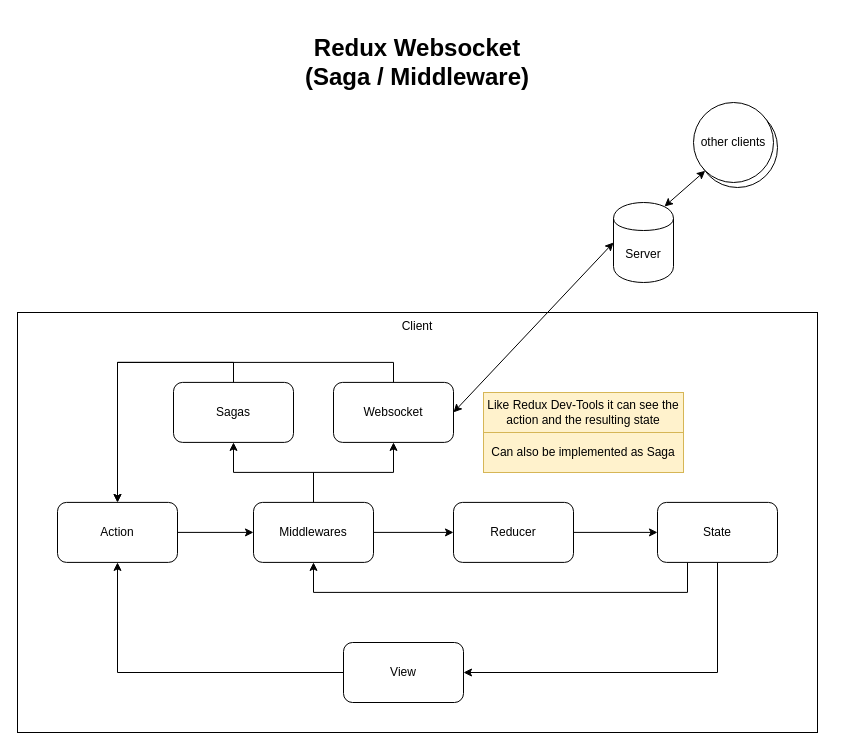
This is page "Redux-Websocket-Middleware" (3 of 4) of documentation/rfcs/collaboration_architecture.drawio from sandstorm/degree50-code, a draw.io file, before an edit. Source tidied: cells renumbered, new cells numbered last; positions are measured from the earlier drawing's top-left corner, leaving out a move shared by most shapes. Both pictures are drawn from the tidied source at 100%, with x=0, y=0 at pixel (17, 52).
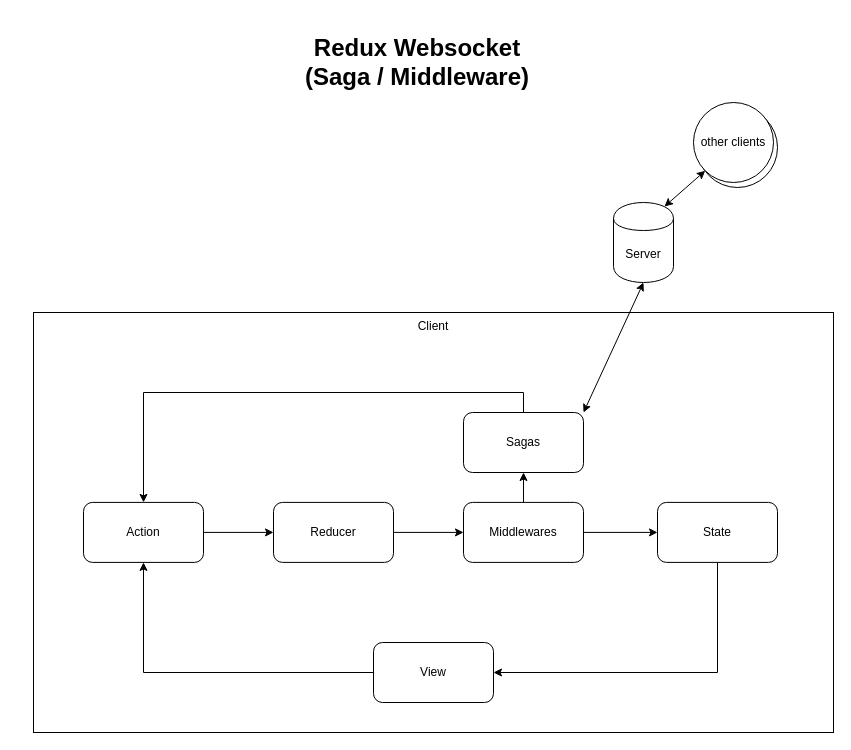
The same diagram, later.

Unchanged cells that the change refers to:
```xml
<mxCell id="12" value="State" style="rounded=1;whiteSpace=wrap;html=1;" parent="1" vertex="1">
  <mxGeometry x="640" y="449.9" width="120" height="60" as="geometry" />
</mxCell>
<mxCell id="23" value="Server" style="shape=cylinder;whiteSpace=wrap;html=1;boundedLbl=1;backgroundOutline=1;" parent="1" vertex="1">
  <mxGeometry x="596" y="150" width="60" height="80" as="geometry" />
</mxCell>
```

What changed in the source:
```diff
@@
     <mxCell id="2" value="Client" style="rounded=0;whiteSpace=wrap;html=1;verticalAlign=top;" parent="1" vertex="1">
-      <mxGeometry y="260" width="800" height="420" as="geometry" />
+      <mxGeometry x="16" y="260" width="800" height="420" as="geometry" />
     </mxCell>
@@
     <mxCell id="5" value="View" style="rounded=1;whiteSpace=wrap;html=1;" parent="1" vertex="1">
-      <mxGeometry x="326" y="590" width="120" height="60" as="geometry" />
+      <mxGeometry x="356" y="590" width="120" height="60" as="geometry" />
     </mxCell>
-    <mxCell id="6" style="edgeStyle=orthogonalEdgeStyle;rounded=0;jettySize=auto;html=1;exitX=1;exitY=0.5;exitDx=0;exitDy=0;entryX=0;entryY=0.5;entryDx=0;entryDy=0;" parent="1" edge="1" source="7" target="16">
-      <mxGeometry relative="1" as="geometry" />
-    </mxCell>
+    <mxCell id="29" style="edgeStyle=orthogonalEdgeStyle;rounded=0;jettySize=auto;html=1;exitX=1;exitY=0.5;exitDx=0;exitDy=0;entryX=0;entryY=0.5;entryDx=0;entryDy=0;" parent="1" edge="1" source="7" target="9">
+      <mxGeometry relative="1" as="geometry" />
+    </mxCell>
     <mxCell id="7" value="Action" style="rounded=1;whiteSpace=wrap;html=1;" parent="1" vertex="1">
-      <mxGeometry x="40" y="449.9" width="120" height="60" as="geometry" />
+      <mxGeometry x="66" y="449.9" width="120" height="60" as="geometry" />
     </mxCell>
-    <mxCell id="8" style="edgeStyle=orthogonalEdgeStyle;rounded=0;jettySize=auto;html=1;" parent="1" edge="1" source="9" target="12">
-      <mxGeometry relative="1" as="geometry" />
-    </mxCell>
+    <mxCell id="30" style="edgeStyle=orthogonalEdgeStyle;rounded=0;jettySize=auto;html=1;exitX=1;exitY=0.5;exitDx=0;exitDy=0;entryX=0;entryY=0.5;entryDx=0;entryDy=0;" parent="1" edge="1" source="9" target="16">
+      <mxGeometry relative="1" as="geometry" />
+    </mxCell>
     <mxCell id="9" value="Reducer" style="rounded=1;whiteSpace=wrap;html=1;" parent="1" vertex="1">
-      <mxGeometry x="436" y="449.9" width="120" height="60" as="geometry" />
+      <mxGeometry x="256" y="449.9" width="120" height="60" as="geometry" />
     </mxCell>
@@
-    <mxCell id="11" style="edgeStyle=orthogonalEdgeStyle;rounded=0;jettySize=auto;html=1;exitX=0.25;exitY=1;exitDx=0;exitDy=0;entryX=0.5;entryY=1;entryDx=0;entryDy=0;" parent="1" edge="1" source="12" target="16">
-      <mxGeometry relative="1" as="geometry">
-        <Array as="points">
-          <mxPoint x="670" y="539.9" />
-          <mxPoint x="296" y="539.9" />
-        </Array>
-      </mxGeometry>
-    </mxCell>
@@
-    <mxCell id="13" style="edgeStyle=orthogonalEdgeStyle;rounded=0;jettySize=auto;html=1;exitX=1;exitY=0.5;exitDx=0;exitDy=0;entryX=0;entryY=0.5;entryDx=0;entryDy=0;" parent="1" edge="1" source="16" target="9">
-      <mxGeometry relative="1" as="geometry" />
-    </mxCell>
-    <mxCell id="14" style="edgeStyle=orthogonalEdgeStyle;rounded=0;jettySize=auto;html=1;exitX=0.5;exitY=0;exitDx=0;exitDy=0;entryX=0.5;entryY=1;entryDx=0;entryDy=0;" parent="1" edge="1" source="16" target="21">
-      <mxGeometry relative="1" as="geometry" />
-    </mxCell>
@@
+    <mxCell id="31" style="edgeStyle=orthogonalEdgeStyle;rounded=0;jettySize=auto;html=1;exitX=1;exitY=0.5;exitDx=0;exitDy=0;entryX=0;entryY=0.5;entryDx=0;entryDy=0;" parent="1" edge="1" source="16" target="12">
+      <mxGeometry relative="1" as="geometry" />
+    </mxCell>
     <mxCell id="16" value="Middlewares" style="rounded=1;whiteSpace=wrap;html=1;" parent="1" vertex="1">
-      <mxGeometry x="236" y="449.9" width="120" height="60" as="geometry" />
+      <mxGeometry x="446" y="449.9" width="120" height="60" as="geometry" />
     </mxCell>
-    <mxCell id="17" style="edgeStyle=orthogonalEdgeStyle;rounded=0;jettySize=auto;html=1;exitX=0.5;exitY=0;exitDx=0;exitDy=0;" parent="1" edge="1" source="18" target="7">
+    <mxCell id="17" style="edgeStyle=orthogonalEdgeStyle;rounded=0;jettySize=auto;html=1;exitX=0.5;exitY=0;exitDx=0;exitDy=0;entryX=0.5;entryY=0;entryDx=0;entryDy=0;" parent="1" edge="1" source="18" target="7">
       <mxGeometry relative="1" as="geometry" />
     </mxCell>
     <mxCell id="18" value="Sagas" style="rounded=1;whiteSpace=wrap;html=1;" parent="1" vertex="1">
-      <mxGeometry x="156" y="329.9" width="120" height="60" as="geometry" />
+      <mxGeometry x="446" y="360" width="120" height="60" as="geometry" />
     </mxCell>
-    <mxCell id="19" style="edgeStyle=orthogonalEdgeStyle;rounded=0;jettySize=auto;html=1;exitX=0.5;exitY=0;exitDx=0;exitDy=0;entryX=0.5;entryY=0;entryDx=0;entryDy=0;" parent="1" edge="1" source="21" target="7">
-      <mxGeometry relative="1" as="geometry" />
-    </mxCell>
-    <mxCell id="20" style="rounded=0;jettySize=auto;html=1;exitX=1;exitY=0.5;exitDx=0;exitDy=0;startArrow=classic;startFill=1;" parent="1" edge="1" source="21">
-      <mxGeometry relative="1" as="geometry">
-        <mxPoint x="596" y="190" as="targetPoint" />
-      </mxGeometry>
+    <mxCell id="20" style="rounded=0;jettySize=auto;html=1;exitX=1;exitY=0;exitDx=0;exitDy=0;startArrow=classic;startFill=1;entryX=0.5;entryY=1;entryDx=0;entryDy=0;" parent="1" edge="1" source="18" target="23">
+      <mxGeometry relative="1" as="geometry" />
     </mxCell>
-    <mxCell id="21" value="Websocket" style="rounded=1;whiteSpace=wrap;html=1;" parent="1" vertex="1">
-      <mxGeometry x="316" y="329.9" width="120" height="60" as="geometry" />
-    </mxCell>
@@
-    <mxCell id="24" value="Like Redux Dev-Tools it can see the action and the resulting state" style="text;html=1;strokeColor=#d6b656;fillColor=#fff2cc;align=center;verticalAlign=middle;whiteSpace=wrap;rounded=0;" parent="1" vertex="1">
-      <mxGeometry x="466" y="340" width="200" height="40" as="geometry" />
-    </mxCell>
@@
-    <mxCell id="28" value="Can also be implemented as Saga" style="text;html=1;strokeColor=#d6b656;fillColor=#fff2cc;align=center;verticalAlign=middle;whiteSpace=wrap;rounded=0;" parent="1" vertex="1">
-      <mxGeometry x="466" y="380" width="200" height="40" as="geometry" />
-    </mxCell>
```
